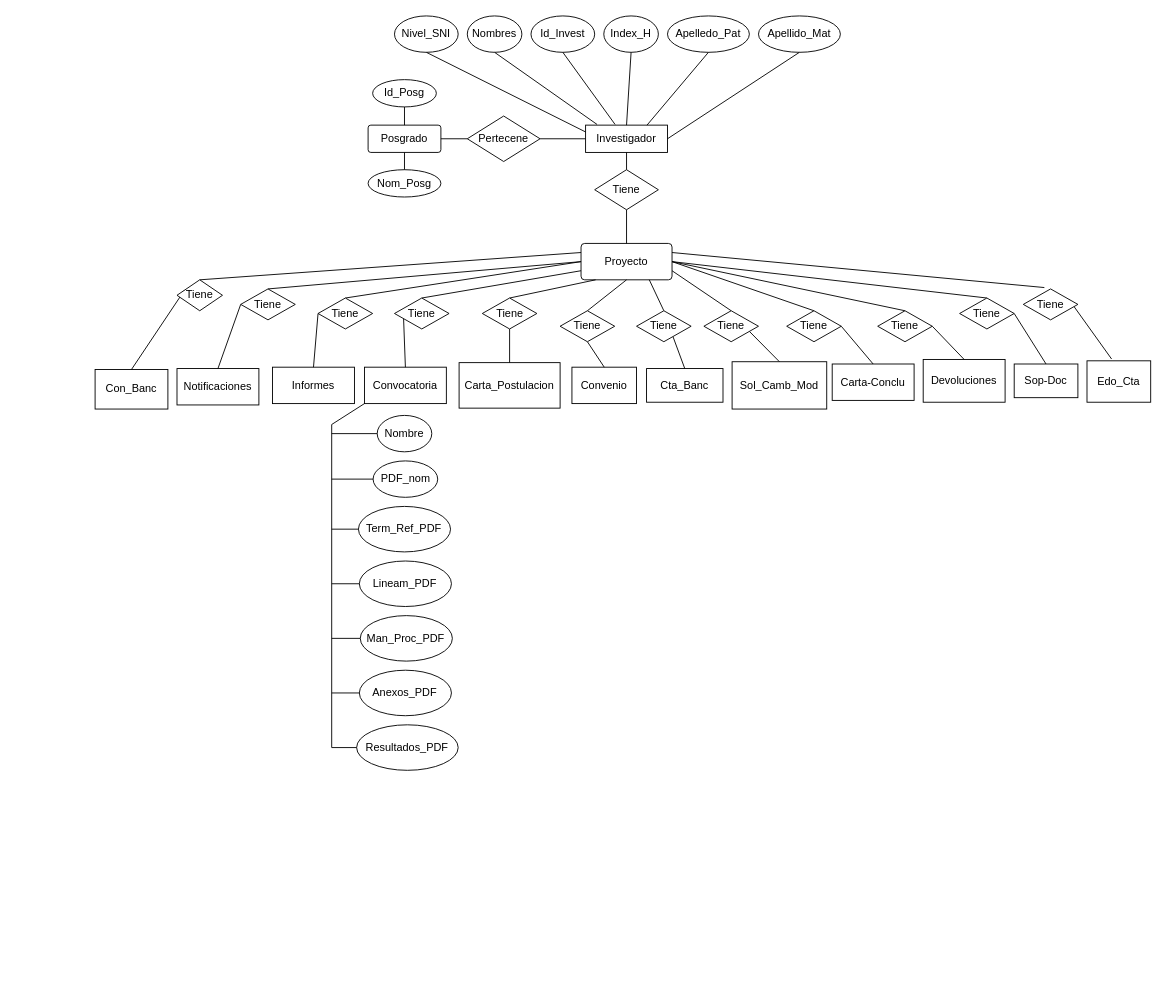
markbr04/Pro-SIM-TIRO keeps this draw.io diagram as Diagrama sin título.drawio. Above is the earlier version. Source tidied: cells renumbered, new cells numbered last; positions are measured from the earlier drawing's top-left corner, leaving out a move shared by most shapes. Both pictures are drawn from the tidied source at 91%, with x=0, y=0 at pixel (95, 15).
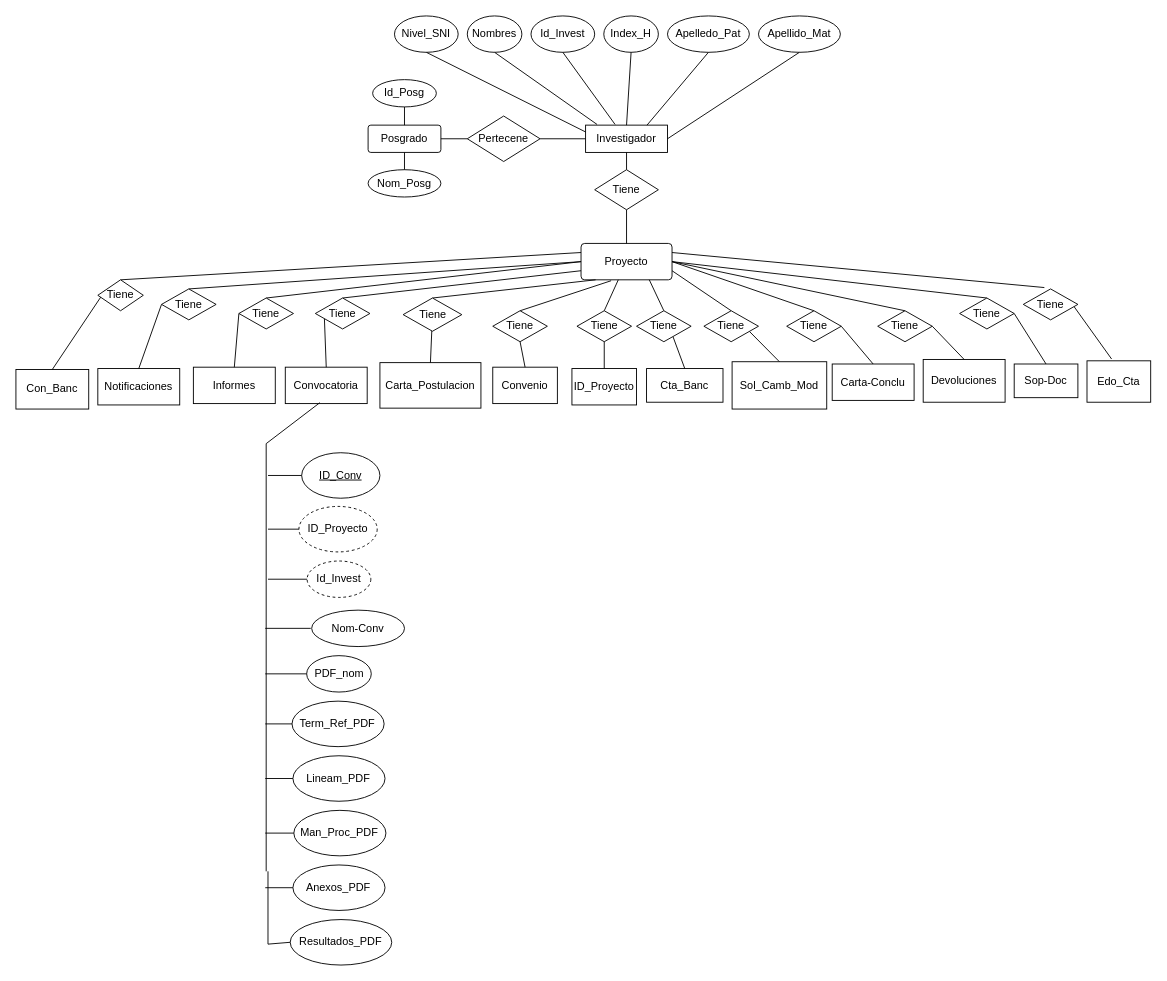
After the change.

The change refers to these unchanged cells:
```xml
<mxCell id="21" value="Proyecto" style="rounded=1;arcSize=10;whiteSpace=wrap;html=1;align=center;" parent="1" vertex="1">
  <mxGeometry x="534" y="250" width="100" height="40" as="geometry" />
</mxCell>
```

What changed in the source:
```diff
@@
     <mxCell id="25" value="Convocatoria" style="rounded;whiteSpace=wrap;html=1;align=center;" parent="1" vertex="1">
-      <mxGeometry x="296" y="386" width="90" height="40" as="geometry" />
+      <mxGeometry x="209" y="386" width="90" height="40" as="geometry" />
     </mxCell>
@@
     <mxCell id="28" value="Carta_Postulacion" style="rounded;whiteSpace=wrap;html=1;align=center;" parent="1" vertex="1">
-      <mxGeometry x="400" y="381" width="111" height="50" as="geometry" />
+      <mxGeometry x="313" y="381" width="111" height="50" as="geometry" />
     </mxCell>
@@
     <mxCell id="31" value="Informes" style="rounded;whiteSpace=wrap;html=1;align=center;" parent="1" vertex="1">
-      <mxGeometry x="195" y="386" width="90" height="40" as="geometry" />
+      <mxGeometry x="108" y="386" width="90" height="40" as="geometry" />
     </mxCell>
@@
     <mxCell id="33" value="Convenio" style="rounded;whiteSpace=wrap;html=1;align=center;" parent="1" vertex="1">
-      <mxGeometry x="524" y="386" width="71" height="40" as="geometry" />
+      <mxGeometry x="437" y="386" width="71" height="40" as="geometry" />
     </mxCell>
@@
-    <mxCell id="37" style="endArrow=none;html=1;rounded=0;exitX=0.5;exitY=0;exitDx=0;exitDy=0;entryX=0.5;entryY=1;entryDx=0;entryDy=0;startArrow=none;" parent="1" edge="1" source="77" target="21">
+    <mxCell id="37" style="endArrow=none;html=1;rounded=0;exitX=0.5;exitY=0;exitDx=0;exitDy=0;entryX=0.33;entryY=1.025;entryDx=0;entryDy=0;startArrow=none;entryPerimeter=0;" parent="1" edge="1" source="77" target="21">
       <mxGeometry relative="1" as="geometry" />
     </mxCell>
@@
     <mxCell id="41" value="Con_Banc" style="rounded;whiteSpace=wrap;html=1;align=center;" parent="1" vertex="1">
-      <mxGeometry y="388.5" width="80" height="43.5" as="geometry" />
+      <mxGeometry x="-87" y="388.5" width="80" height="43.5" as="geometry" />
     </mxCell>
     <mxCell id="42" value="Notificaciones" style="rounded;whiteSpace=wrap;html=1;align=center;" parent="1" vertex="1">
-      <mxGeometry x="90" y="387.5" width="90" height="40" as="geometry" />
+      <mxGeometry x="3" y="387.5" width="90" height="40" as="geometry" />
     </mxCell>
@@
-    <mxCell id="51" value="Nombre" style="ellipse;whiteSpace=wrap;html=1;align=center;" parent="1" vertex="1">
-      <mxGeometry x="310" y="439" width="60" height="40" as="geometry" />
+    <mxCell id="51" value="Nom-Conv" style="ellipse;whiteSpace=wrap;html=1;align=center;" parent="1" vertex="1">
+      <mxGeometry x="238" y="653" width="102" height="40" as="geometry" />
     </mxCell>
     <mxCell id="52" value="PDF_nom" style="ellipse;whiteSpace=wrap;html=1;align=center;" parent="1" vertex="1">
-      <mxGeometry x="305.5" y="489" width="71" height="40" as="geometry" />
+      <mxGeometry x="232.5" y="703" width="71" height="40" as="geometry" />
     </mxCell>
     <mxCell id="53" value="Term_Ref_PDF" style="ellipse;whiteSpace=wrap;html=1;align=center;" parent="1" vertex="1">
-      <mxGeometry x="289.4" y="539" width="101.2" height="50" as="geometry" />
+      <mxGeometry x="216.4" y="753" width="101.2" height="50" as="geometry" />
     </mxCell>
     <mxCell id="54" value="Lineam_PDF" style="ellipse;whiteSpace=wrap;html=1;align=center;" parent="1" vertex="1">
-      <mxGeometry x="290.4" y="599" width="101.2" height="50" as="geometry" />
+      <mxGeometry x="217.4" y="813" width="101.2" height="50" as="geometry" />
     </mxCell>
     <mxCell id="55" value="Man_Proc_PDF" style="ellipse;whiteSpace=wrap;html=1;align=center;" parent="1" vertex="1">
-      <mxGeometry x="291.4" y="659" width="101.2" height="50" as="geometry" />
+      <mxGeometry x="218.4" y="873" width="101.2" height="50" as="geometry" />
     </mxCell>
     <mxCell id="56" value="Anexos_PDF" style="ellipse;whiteSpace=wrap;html=1;align=center;" parent="1" vertex="1">
-      <mxGeometry x="290.4" y="719" width="101.2" height="50" as="geometry" />
+      <mxGeometry x="217.4" y="933" width="101.2" height="50" as="geometry" />
     </mxCell>
     <mxCell id="57" value="Resultados_PDF" style="ellipse;whiteSpace=wrap;html=1;align=center;" parent="1" vertex="1">
-      <mxGeometry x="287.4" y="779" width="111.6" height="50" as="geometry" />
+      <mxGeometry x="214.4" y="993" width="111.6" height="50" as="geometry" />
     </mxCell>
-    <mxCell id="58" style="endArrow=none;html=1;rounded=0;entryX=0;entryY=0.5;entryDx=0;entryDy=0;" parent="1" edge="1" target="57">
-      <mxGeometry relative="1" as="geometry">
-        <mxPoint x="260" y="449" as="sourcePoint" />
-        <Array as="points">
-          <mxPoint x="260" y="804" />
-        </Array>
-      </mxGeometry>
-    </mxCell>
-    <mxCell id="59" style="endArrow=none;html=1;rounded=0;entryX=0;entryY=1;entryDx=0;entryDy=0;" parent="1" edge="1" target="25">
-      <mxGeometry relative="1" as="geometry">
-        <mxPoint x="260" y="449" as="sourcePoint" />
-      </mxGeometry>
-    </mxCell>
-    <mxCell id="60" style="endArrow=none;html=1;rounded=0;entryX=0;entryY=0.5;entryDx=0;entryDy=0;" parent="1" edge="1" target="51">
+    <mxCell id="60" style="endArrow=none;html=1;rounded=0;entryX=0;entryY=0.5;entryDx=0;entryDy=0;" parent="1" edge="1">
       <mxGeometry relative="1" as="geometry">
-        <mxPoint x="260" y="459" as="sourcePoint" />
+        <mxPoint x="187" y="673" as="sourcePoint" />
+        <mxPoint x="237" y="673" as="targetPoint" />
       </mxGeometry>
     </mxCell>
     <mxCell id="61" style="endArrow=none;html=1;rounded=0;entryX=0;entryY=0.5;entryDx=0;entryDy=0;" parent="1" edge="1" target="52">
       <mxGeometry relative="1" as="geometry">
-        <mxPoint x="260" y="509" as="sourcePoint" />
+        <mxPoint x="187" y="723" as="sourcePoint" />
       </mxGeometry>
     </mxCell>
     <mxCell id="62" style="endArrow=none;html=1;rounded=0;entryX=0;entryY=0.5;entryDx=0;entryDy=0;" parent="1" edge="1" target="53">
       <mxGeometry relative="1" as="geometry">
-        <mxPoint x="260" y="564" as="sourcePoint" />
+        <mxPoint x="187" y="778" as="sourcePoint" />
       </mxGeometry>
     </mxCell>
     <mxCell id="63" style="endArrow=none;html=1;rounded=0;entryX=0;entryY=0.5;entryDx=0;entryDy=0;" parent="1" edge="1" target="54">
       <mxGeometry relative="1" as="geometry">
-        <mxPoint x="260" y="624" as="sourcePoint" />
+        <mxPoint x="187" y="838" as="sourcePoint" />
       </mxGeometry>
     </mxCell>
     <mxCell id="64" style="endArrow=none;html=1;rounded=0;entryX=0;entryY=0.5;entryDx=0;entryDy=0;" parent="1" edge="1" target="55">
       <mxGeometry relative="1" as="geometry">
-        <mxPoint x="260" y="684" as="sourcePoint" />
+        <mxPoint x="187" y="898" as="sourcePoint" />
       </mxGeometry>
     </mxCell>
     <mxCell id="65" style="endArrow=none;html=1;rounded=0;entryX=0;entryY=0.5;entryDx=0;entryDy=0;" parent="1" edge="1" target="56">
       <mxGeometry relative="1" as="geometry">
-        <mxPoint x="260" y="744" as="sourcePoint" />
+        <mxPoint x="187" y="958" as="sourcePoint" />
       </mxGeometry>
     </mxCell>
@@
     <mxCell id="67" value="Tiene" style="shape=rhombus;perimeter=rhombusPerimeter;whiteSpace=wrap;html=1;align=center;" parent="1" vertex="1">
-      <mxGeometry x="90" y="290" width="50" height="34" as="geometry" />
+      <mxGeometry x="3" y="290" width="50" height="34" as="geometry" />
     </mxCell>
@@
     <mxCell id="69" value="Tiene" style="shape=rhombus;perimeter=rhombusPerimeter;whiteSpace=wrap;html=1;align=center;" parent="1" vertex="1">
-      <mxGeometry x="160" y="300" width="60" height="34" as="geometry" />
+      <mxGeometry x="73" y="300" width="60" height="34" as="geometry" />
     </mxCell>
@@
     <mxCell id="71" value="Tiene" style="shape=rhombus;perimeter=rhombusPerimeter;whiteSpace=wrap;html=1;align=center;" parent="1" vertex="1">
-      <mxGeometry x="245" y="310" width="60" height="34" as="geometry" />
+      <mxGeometry x="158" y="310" width="60" height="34" as="geometry" />
     </mxCell>
@@
     <mxCell id="73" value="Tiene" style="shape=rhombus;perimeter=rhombusPerimeter;whiteSpace=wrap;html=1;align=center;" parent="1" vertex="1">
-      <mxGeometry x="329" y="310" width="60" height="34" as="geometry" />
+      <mxGeometry x="242" y="310" width="60" height="34" as="geometry" />
     </mxCell>
@@
     <mxCell id="75" value="Tiene" style="shape=rhombus;perimeter=rhombusPerimeter;whiteSpace=wrap;html=1;align=center;" parent="1" vertex="1">
-      <mxGeometry x="425.5" y="310" width="60" height="34" as="geometry" />
+      <mxGeometry x="338.5" y="310" width="64.5" height="36.5" as="geometry" />
     </mxCell>
@@
     <mxCell id="77" value="Tiene" style="shape=rhombus;perimeter=rhombusPerimeter;whiteSpace=wrap;html=1;align=center;" parent="1" vertex="1">
-      <mxGeometry x="511" y="324" width="60" height="34" as="geometry" />
+      <mxGeometry x="437" y="324" width="60" height="34" as="geometry" />
     </mxCell>
@@
+    <mxCell id="90" value="ID_Proyecto" style="rounded;whiteSpace=wrap;html=1;align=center;" parent="1" vertex="1">
+      <mxGeometry x="524" y="387.5" width="71" height="40" as="geometry" />
+    </mxCell>
+    <mxCell id="91" value="Tiene" style="shape=rhombus;perimeter=rhombusPerimeter;whiteSpace=wrap;html=1;align=center;" parent="1" vertex="1">
+      <mxGeometry x="529.5" y="324" width="60" height="34" as="geometry" />
+    </mxCell>
+    <mxCell id="92" style="endArrow=none;html=1;rounded=0;exitX=0.5;exitY=0;exitDx=0;exitDy=0;entryX=0.5;entryY=1;entryDx=0;entryDy=0;" parent="1" edge="1" source="90" target="91">
+      <mxGeometry relative="1" as="geometry" />
+    </mxCell>
+    <mxCell id="93" style="endArrow=none;html=1;rounded=0;exitX=0.5;exitY=0;exitDx=0;exitDy=0;" parent="1" edge="1" source="91" target="21">
+      <mxGeometry relative="1" as="geometry" />
+    </mxCell>
+    <mxCell id="94" value="ID_Proyecto" style="ellipse;whiteSpace=wrap;html=1;align=center;dashed=1;" parent="1" vertex="1">
+      <mxGeometry x="224" y="539" width="86" height="50" as="geometry" />
+    </mxCell>
+    <mxCell id="95" value="Id_Invest" style="ellipse;whiteSpace=wrap;html=1;align=center;dashed=1;" parent="1" vertex="1">
+      <mxGeometry x="233" y="599" width="70" height="40" as="geometry" />
+    </mxCell>
+    <mxCell id="96" style="endArrow=none;html=1;rounded=0;entryX=0.422;entryY=0.975;entryDx=0;entryDy=0;entryPerimeter=0;" parent="1" edge="1" target="25">
+      <mxGeometry relative="1" as="geometry">
+        <mxPoint x="188" y="940" as="sourcePoint" />
+        <Array as="points">
+          <mxPoint x="188" y="470" />
+        </Array>
+      </mxGeometry>
+    </mxCell>
+    <mxCell id="97" style="endArrow=none;html=1;rounded=0;entryX=0;entryY=0.5;entryDx=0;entryDy=0;" parent="1" edge="1" target="57">
+      <mxGeometry relative="1" as="geometry">
+        <mxPoint x="190" y="940" as="sourcePoint" />
+        <Array as="points">
+          <mxPoint x="190" y="1020" />
+        </Array>
+      </mxGeometry>
+    </mxCell>
+    <mxCell id="98" style="endArrow=none;html=1;rounded=0;exitX=0;exitY=0.5;exitDx=0;exitDy=0;" parent="1" edge="1" source="95">
+      <mxGeometry relative="1" as="geometry">
+        <mxPoint x="190" y="619" as="targetPoint" />
+      </mxGeometry>
+    </mxCell>
+    <mxCell id="99" style="endArrow=none;html=1;rounded=0;exitX=0;exitY=0.5;exitDx=0;exitDy=0;" parent="1" edge="1" source="94">
+      <mxGeometry relative="1" as="geometry">
+        <mxPoint x="190" y="564" as="targetPoint" />
+      </mxGeometry>
+    </mxCell>
+    <mxCell id="100" value="&lt;u&gt;ID_Conv&lt;/u&gt;" style="ellipse;whiteSpace=wrap;html=1;align=center;" parent="1" vertex="1">
+      <mxGeometry x="227" y="480" width="86" height="50" as="geometry" />
+    </mxCell>
+    <mxCell id="101" style="endArrow=none;html=1;rounded=0;exitX=0;exitY=0.5;exitDx=0;exitDy=0;" parent="1" edge="1" source="100">
+      <mxGeometry relative="1" as="geometry">
+        <mxPoint x="190" y="505" as="targetPoint" />
+      </mxGeometry>
+    </mxCell>
```
